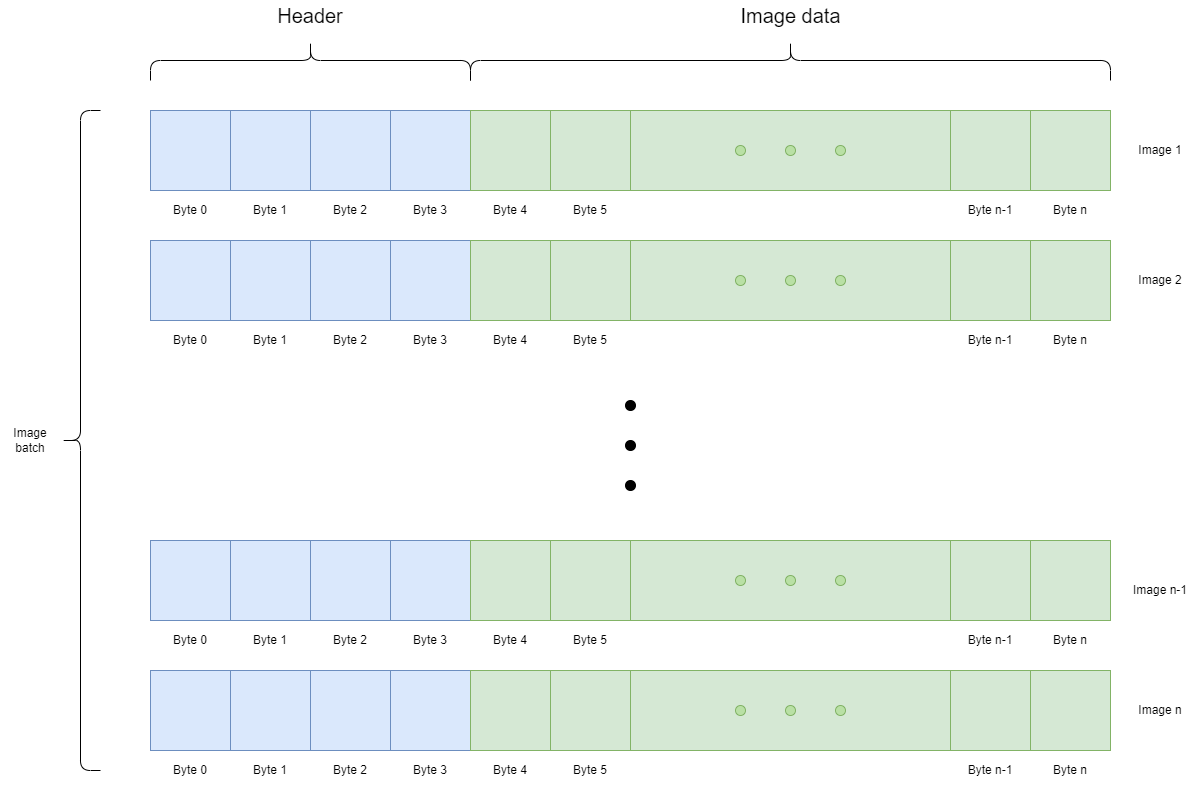
Above: doc/disco-2/software/img/image_batch.drawio.png in discosat/discosat.github.io (draw.io), before the change. Source tidied: cells renumbered, new cells last; positions are measured from the earlier drawing's top-left corner, leaving out a move shared by most shapes.
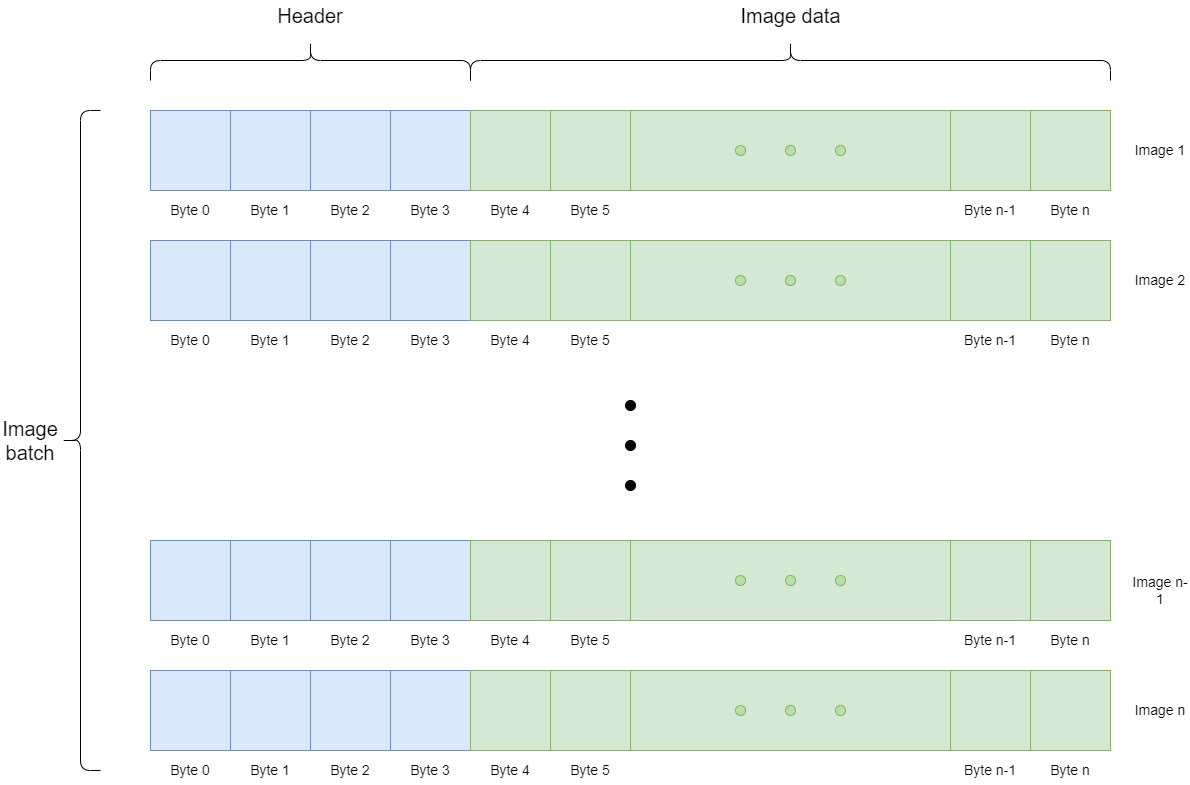
The same diagram one commit later.

Diff of the diagram source:
```diff
@@ -38,28 +38,28 @@
     <mxCell id="13" style="ellipse;whiteSpace=wrap;html=1;fillColor=#B9E0A5;strokeColor=#82b366;" parent="1" vertex="1">
       <mxGeometry x="835" y="405" width="10" height="10" as="geometry" />
     </mxCell>
-    <mxCell id="14" value="Byte 0" style="text;html=1;align=center;verticalAlign=middle;whiteSpace=wrap;rounded=0;" parent="1" vertex="1">
+    <mxCell id="14" value="Byte 0" style="text;html=1;align=center;verticalAlign=middle;whiteSpace=wrap;rounded=0;fontSize=14;" parent="1" vertex="1">
       <mxGeometry x="160" y="455" width="60" height="30" as="geometry" />
     </mxCell>
-    <mxCell id="15" value="Byte 1" style="text;html=1;align=center;verticalAlign=middle;whiteSpace=wrap;rounded=0;" parent="1" vertex="1">
+    <mxCell id="15" value="Byte 1" style="text;html=1;align=center;verticalAlign=middle;whiteSpace=wrap;rounded=0;fontSize=14;" parent="1" vertex="1">
       <mxGeometry x="240" y="455" width="60" height="30" as="geometry" />
     </mxCell>
-    <mxCell id="16" value="Byte 2" style="text;html=1;align=center;verticalAlign=middle;whiteSpace=wrap;rounded=0;" parent="1" vertex="1">
+    <mxCell id="16" value="Byte 2" style="text;html=1;align=center;verticalAlign=middle;whiteSpace=wrap;rounded=0;fontSize=14;" parent="1" vertex="1">
       <mxGeometry x="320" y="455" width="60" height="30" as="geometry" />
     </mxCell>
-    <mxCell id="17" value="Byte 5" style="text;html=1;align=center;verticalAlign=middle;whiteSpace=wrap;rounded=0;" parent="1" vertex="1">
+    <mxCell id="17" value="Byte 5" style="text;html=1;align=center;verticalAlign=middle;whiteSpace=wrap;rounded=0;fontSize=14;" parent="1" vertex="1">
       <mxGeometry x="560" y="455" width="60" height="30" as="geometry" />
     </mxCell>
-    <mxCell id="18" value="Byte 3" style="text;html=1;align=center;verticalAlign=middle;whiteSpace=wrap;rounded=0;" parent="1" vertex="1">
+    <mxCell id="18" value="Byte 3" style="text;html=1;align=center;verticalAlign=middle;whiteSpace=wrap;rounded=0;fontSize=14;" parent="1" vertex="1">
       <mxGeometry x="400" y="455" width="60" height="30" as="geometry" />
     </mxCell>
-    <mxCell id="19" value="Byte 4" style="text;html=1;align=center;verticalAlign=middle;whiteSpace=wrap;rounded=0;" parent="1" vertex="1">
+    <mxCell id="19" value="Byte 4" style="text;html=1;align=center;verticalAlign=middle;whiteSpace=wrap;rounded=0;fontSize=14;" parent="1" vertex="1">
       <mxGeometry x="480" y="455" width="60" height="30" as="geometry" />
     </mxCell>
-    <mxCell id="20" value="Byte n-1" style="text;html=1;align=center;verticalAlign=middle;whiteSpace=wrap;rounded=0;" parent="1" vertex="1">
+    <mxCell id="20" value="Byte n-1" style="text;html=1;align=center;verticalAlign=middle;whiteSpace=wrap;rounded=0;fontSize=14;" parent="1" vertex="1">
       <mxGeometry x="960" y="455" width="60" height="30" as="geometry" />
     </mxCell>
-    <mxCell id="21" value="Byte n" style="text;html=1;align=center;verticalAlign=middle;whiteSpace=wrap;rounded=0;" parent="1" vertex="1">
+    <mxCell id="21" value="Byte n" style="text;html=1;align=center;verticalAlign=middle;whiteSpace=wrap;rounded=0;fontSize=14;" parent="1" vertex="1">
       <mxGeometry x="1040" y="455" width="60" height="30" as="geometry" />
     </mxCell>
     <mxCell id="22" style="shape=curlyBracket;whiteSpace=wrap;html=1;rounded=1;labelPosition=left;verticalLabelPosition=middle;align=right;verticalAlign=middle;rotation=90;" parent="1" vertex="1">
@@ -68,10 +68,10 @@
     <mxCell id="23" style="shape=curlyBracket;whiteSpace=wrap;html=1;rounded=1;labelPosition=left;verticalLabelPosition=middle;align=right;verticalAlign=middle;rotation=90;" parent="1" vertex="1">
       <mxGeometry x="770" width="40" height="640" as="geometry" />
     </mxCell>
-    <mxCell id="24" value="&lt;font style=&quot;font-size: 20px;&quot;&gt;Header&lt;/font&gt;" style="text;html=1;align=center;verticalAlign=middle;whiteSpace=wrap;rounded=0;" parent="1" vertex="1">
+    <mxCell id="24" value="&lt;font style=&quot;font-size: 20px;&quot;&gt;Header&lt;/font&gt;" style="text;html=1;align=center;verticalAlign=middle;whiteSpace=wrap;rounded=0;fontSize=20;" parent="1" vertex="1">
       <mxGeometry x="265" y="260" width="90" height="30" as="geometry" />
     </mxCell>
-    <mxCell id="25" value="&lt;font style=&quot;font-size: 20px;&quot;&gt;Image data&lt;/font&gt;" style="text;html=1;align=center;verticalAlign=middle;whiteSpace=wrap;rounded=0;" parent="1" vertex="1">
+    <mxCell id="25" value="&lt;font style=&quot;font-size: 20px;&quot;&gt;Image data&lt;/font&gt;" style="text;html=1;align=center;verticalAlign=middle;whiteSpace=wrap;rounded=0;fontSize=20;" parent="1" vertex="1">
       <mxGeometry x="732.5" y="260" width="115" height="30" as="geometry" />
     </mxCell>
     <mxCell id="26" style="rounded=0;whiteSpace=wrap;html=1;fillColor=#dae8fc;strokeColor=#6c8ebf;" parent="1" vertex="1">
@@ -110,28 +110,28 @@
     <mxCell id="37" style="ellipse;whiteSpace=wrap;html=1;fillColor=#B9E0A5;strokeColor=#82b366;" parent="1" vertex="1">
       <mxGeometry x="835" y="535" width="10" height="10" as="geometry" />
     </mxCell>
-    <mxCell id="38" value="Byte 0" style="text;html=1;align=center;verticalAlign=middle;whiteSpace=wrap;rounded=0;" parent="1" vertex="1">
+    <mxCell id="38" value="Byte 0" style="text;html=1;align=center;verticalAlign=middle;whiteSpace=wrap;rounded=0;fontSize=14;" parent="1" vertex="1">
       <mxGeometry x="160" y="585" width="60" height="30" as="geometry" />
     </mxCell>
-    <mxCell id="39" value="Byte 1" style="text;html=1;align=center;verticalAlign=middle;whiteSpace=wrap;rounded=0;" parent="1" vertex="1">
+    <mxCell id="39" value="Byte 1" style="text;html=1;align=center;verticalAlign=middle;whiteSpace=wrap;rounded=0;fontSize=14;" parent="1" vertex="1">
       <mxGeometry x="240" y="585" width="60" height="30" as="geometry" />
     </mxCell>
-    <mxCell id="40" value="Byte 2" style="text;html=1;align=center;verticalAlign=middle;whiteSpace=wrap;rounded=0;" parent="1" vertex="1">
+    <mxCell id="40" value="Byte 2" style="text;html=1;align=center;verticalAlign=middle;whiteSpace=wrap;rounded=0;fontSize=14;" parent="1" vertex="1">
       <mxGeometry x="320" y="585" width="60" height="30" as="geometry" />
     </mxCell>
-    <mxCell id="41" value="Byte 5" style="text;html=1;align=center;verticalAlign=middle;whiteSpace=wrap;rounded=0;" parent="1" vertex="1">
+    <mxCell id="41" value="Byte 5" style="text;html=1;align=center;verticalAlign=middle;whiteSpace=wrap;rounded=0;fontSize=14;" parent="1" vertex="1">
       <mxGeometry x="560" y="585" width="60" height="30" as="geometry" />
     </mxCell>
-    <mxCell id="42" value="Byte 3" style="text;html=1;align=center;verticalAlign=middle;whiteSpace=wrap;rounded=0;" parent="1" vertex="1">
+    <mxCell id="42" value="Byte 3" style="text;html=1;align=center;verticalAlign=middle;whiteSpace=wrap;rounded=0;fontSize=14;" parent="1" vertex="1">
       <mxGeometry x="400" y="585" width="60" height="30" as="geometry" />
     </mxCell>
-    <mxCell id="43" value="Byte 4" style="text;html=1;align=center;verticalAlign=middle;whiteSpace=wrap;rounded=0;" parent="1" vertex="1">
+    <mxCell id="43" value="Byte 4" style="text;html=1;align=center;verticalAlign=middle;whiteSpace=wrap;rounded=0;fontSize=14;" parent="1" vertex="1">
       <mxGeometry x="480" y="585" width="60" height="30" as="geometry" />
     </mxCell>
-    <mxCell id="44" value="Byte n-1" style="text;html=1;align=center;verticalAlign=middle;whiteSpace=wrap;rounded=0;" parent="1" vertex="1">
+    <mxCell id="44" value="Byte n-1" style="text;html=1;align=center;verticalAlign=middle;whiteSpace=wrap;rounded=0;fontSize=14;" parent="1" vertex="1">
       <mxGeometry x="960" y="585" width="60" height="30" as="geometry" />
     </mxCell>
-    <mxCell id="45" value="Byte n" style="text;html=1;align=center;verticalAlign=middle;whiteSpace=wrap;rounded=0;" parent="1" vertex="1">
+    <mxCell id="45" value="Byte n" style="text;html=1;align=center;verticalAlign=middle;whiteSpace=wrap;rounded=0;fontSize=14;" parent="1" vertex="1">
       <mxGeometry x="1040" y="585" width="60" height="30" as="geometry" />
     </mxCell>
     <mxCell id="46" style="rounded=0;whiteSpace=wrap;html=1;fillColor=#dae8fc;strokeColor=#6c8ebf;" parent="1" vertex="1">
@@ -170,28 +170,28 @@
     <mxCell id="57" style="ellipse;whiteSpace=wrap;html=1;fillColor=#B9E0A5;strokeColor=#82b366;" parent="1" vertex="1">
       <mxGeometry x="835" y="835" width="10" height="10" as="geometry" />
     </mxCell>
-    <mxCell id="58" value="Byte 0" style="text;html=1;align=center;verticalAlign=middle;whiteSpace=wrap;rounded=0;" parent="1" vertex="1">
+    <mxCell id="58" value="Byte 0" style="text;html=1;align=center;verticalAlign=middle;whiteSpace=wrap;rounded=0;fontSize=14;" parent="1" vertex="1">
       <mxGeometry x="160" y="885" width="60" height="30" as="geometry" />
     </mxCell>
-    <mxCell id="59" value="Byte 1" style="text;html=1;align=center;verticalAlign=middle;whiteSpace=wrap;rounded=0;" parent="1" vertex="1">
+    <mxCell id="59" value="Byte 1" style="text;html=1;align=center;verticalAlign=middle;whiteSpace=wrap;rounded=0;fontSize=14;" parent="1" vertex="1">
       <mxGeometry x="240" y="885" width="60" height="30" as="geometry" />
     </mxCell>
-    <mxCell id="60" value="Byte 2" style="text;html=1;align=center;verticalAlign=middle;whiteSpace=wrap;rounded=0;" parent="1" vertex="1">
+    <mxCell id="60" value="Byte 2" style="text;html=1;align=center;verticalAlign=middle;whiteSpace=wrap;rounded=0;fontSize=14;" parent="1" vertex="1">
       <mxGeometry x="320" y="885" width="60" height="30" as="geometry" />
     </mxCell>
-    <mxCell id="61" value="Byte 5" style="text;html=1;align=center;verticalAlign=middle;whiteSpace=wrap;rounded=0;" parent="1" vertex="1">
+    <mxCell id="61" value="Byte 5" style="text;html=1;align=center;verticalAlign=middle;whiteSpace=wrap;rounded=0;fontSize=14;" parent="1" vertex="1">
       <mxGeometry x="560" y="885" width="60" height="30" as="geometry" />
     </mxCell>
-    <mxCell id="62" value="Byte 3" style="text;html=1;align=center;verticalAlign=middle;whiteSpace=wrap;rounded=0;" parent="1" vertex="1">
+    <mxCell id="62" value="Byte 3" style="text;html=1;align=center;verticalAlign=middle;whiteSpace=wrap;rounded=0;fontSize=14;" parent="1" vertex="1">
       <mxGeometry x="400" y="885" width="60" height="30" as="geometry" />
     </mxCell>
-    <mxCell id="63" value="Byte 4" style="text;html=1;align=center;verticalAlign=middle;whiteSpace=wrap;rounded=0;" parent="1" vertex="1">
+    <mxCell id="63" value="Byte 4" style="text;html=1;align=center;verticalAlign=middle;whiteSpace=wrap;rounded=0;fontSize=14;" parent="1" vertex="1">
       <mxGeometry x="480" y="885" width="60" height="30" as="geometry" />
     </mxCell>
-    <mxCell id="64" value="Byte n-1" style="text;html=1;align=center;verticalAlign=middle;whiteSpace=wrap;rounded=0;" parent="1" vertex="1">
+    <mxCell id="64" value="Byte n-1" style="text;html=1;align=center;verticalAlign=middle;whiteSpace=wrap;rounded=0;fontSize=14;" parent="1" vertex="1">
       <mxGeometry x="960" y="885" width="60" height="30" as="geometry" />
     </mxCell>
-    <mxCell id="65" value="Byte n" style="text;html=1;align=center;verticalAlign=middle;whiteSpace=wrap;rounded=0;" parent="1" vertex="1">
+    <mxCell id="65" value="Byte n" style="text;html=1;align=center;verticalAlign=middle;whiteSpace=wrap;rounded=0;fontSize=14;" parent="1" vertex="1">
       <mxGeometry x="1040" y="885" width="60" height="30" as="geometry" />
     </mxCell>
     <mxCell id="66" style="rounded=0;whiteSpace=wrap;html=1;fillColor=#dae8fc;strokeColor=#6c8ebf;" parent="1" vertex="1">
@@ -230,28 +230,28 @@
     <mxCell id="77" style="ellipse;whiteSpace=wrap;html=1;fillColor=#B9E0A5;strokeColor=#82b366;" parent="1" vertex="1">
       <mxGeometry x="835" y="965" width="10" height="10" as="geometry" />
     </mxCell>
-    <mxCell id="78" value="Byte 0" style="text;html=1;align=center;verticalAlign=middle;whiteSpace=wrap;rounded=0;" parent="1" vertex="1">
+    <mxCell id="78" value="Byte 0" style="text;html=1;align=center;verticalAlign=middle;whiteSpace=wrap;rounded=0;fontSize=14;" parent="1" vertex="1">
       <mxGeometry x="160" y="1015" width="60" height="30" as="geometry" />
     </mxCell>
-    <mxCell id="79" value="Byte 1" style="text;html=1;align=center;verticalAlign=middle;whiteSpace=wrap;rounded=0;" parent="1" vertex="1">
+    <mxCell id="79" value="Byte 1" style="text;html=1;align=center;verticalAlign=middle;whiteSpace=wrap;rounded=0;fontSize=14;" parent="1" vertex="1">
       <mxGeometry x="240" y="1015" width="60" height="30" as="geometry" />
     </mxCell>
-    <mxCell id="80" value="Byte 2" style="text;html=1;align=center;verticalAlign=middle;whiteSpace=wrap;rounded=0;" parent="1" vertex="1">
+    <mxCell id="80" value="Byte 2" style="text;html=1;align=center;verticalAlign=middle;whiteSpace=wrap;rounded=0;fontSize=14;" parent="1" vertex="1">
       <mxGeometry x="320" y="1015" width="60" height="30" as="geometry" />
     </mxCell>
-    <mxCell id="81" value="Byte 5" style="text;html=1;align=center;verticalAlign=middle;whiteSpace=wrap;rounded=0;" parent="1" vertex="1">
+    <mxCell id="81" value="Byte 5" style="text;html=1;align=center;verticalAlign=middle;whiteSpace=wrap;rounded=0;fontSize=14;" parent="1" vertex="1">
       <mxGeometry x="560" y="1015" width="60" height="30" as="geometry" />
     </mxCell>
-    <mxCell id="82" value="Byte 3" style="text;html=1;align=center;verticalAlign=middle;whiteSpace=wrap;rounded=0;" parent="1" vertex="1">
+    <mxCell id="82" value="Byte 3" style="text;html=1;align=center;verticalAlign=middle;whiteSpace=wrap;rounded=0;fontSize=14;" parent="1" vertex="1">
       <mxGeometry x="400" y="1015" width="60" height="30" as="geometry" />
     </mxCell>
-    <mxCell id="83" value="Byte 4" style="text;html=1;align=center;verticalAlign=middle;whiteSpace=wrap;rounded=0;" parent="1" vertex="1">
+    <mxCell id="83" value="Byte 4" style="text;html=1;align=center;verticalAlign=middle;whiteSpace=wrap;rounded=0;fontSize=14;" parent="1" vertex="1">
       <mxGeometry x="480" y="1015" width="60" height="30" as="geometry" />
     </mxCell>
-    <mxCell id="84" value="Byte n-1" style="text;html=1;align=center;verticalAlign=middle;whiteSpace=wrap;rounded=0;" parent="1" vertex="1">
+    <mxCell id="84" value="Byte n-1" style="text;html=1;align=center;verticalAlign=middle;whiteSpace=wrap;rounded=0;fontSize=14;" parent="1" vertex="1">
       <mxGeometry x="960" y="1015" width="60" height="30" as="geometry" />
     </mxCell>
-    <mxCell id="85" value="Byte n" style="text;html=1;align=center;verticalAlign=middle;whiteSpace=wrap;rounded=0;" parent="1" vertex="1">
+    <mxCell id="85" value="Byte n" style="text;html=1;align=center;verticalAlign=middle;whiteSpace=wrap;rounded=0;fontSize=14;" parent="1" vertex="1">
       <mxGeometry x="1040" y="1015" width="60" height="30" as="geometry" />
     </mxCell>
     <mxCell id="86" style="ellipse;whiteSpace=wrap;html=1;fillColor=#000000;" parent="1" vertex="1">
@@ -266,19 +266,19 @@
     <mxCell id="89" style="shape=curlyBracket;whiteSpace=wrap;html=1;rounded=1;labelPosition=left;verticalLabelPosition=middle;align=right;verticalAlign=middle;rotation=0;" parent="1" vertex="1">
       <mxGeometry x="60" y="370" width="40" height="660" as="geometry" />
     </mxCell>
-    <mxCell id="90" value="Image batch" style="text;html=1;align=center;verticalAlign=middle;whiteSpace=wrap;rounded=0;strokeWidth=20;" parent="1" vertex="1">
+    <mxCell id="90" value="Image batch" style="text;html=1;align=center;verticalAlign=middle;whiteSpace=wrap;rounded=0;strokeWidth=20;fontSize=20;" parent="1" vertex="1">
       <mxGeometry y="685" width="60" height="30" as="geometry" />
     </mxCell>
-    <mxCell id="91" value="Image 1" style="text;html=1;align=center;verticalAlign=middle;whiteSpace=wrap;rounded=0;" parent="1" vertex="1">
+    <mxCell id="91" value="Image 1" style="text;html=1;align=center;verticalAlign=middle;whiteSpace=wrap;rounded=0;fontSize=14;" parent="1" vertex="1">
       <mxGeometry x="1130" y="395" width="60" height="30" as="geometry" />
     </mxCell>
-    <mxCell id="92" value="Image 2" style="text;html=1;align=center;verticalAlign=middle;whiteSpace=wrap;rounded=0;" parent="1" vertex="1">
+    <mxCell id="92" value="Image 2" style="text;html=1;align=center;verticalAlign=middle;whiteSpace=wrap;rounded=0;fontSize=14;" parent="1" vertex="1">
       <mxGeometry x="1130" y="525" width="60" height="30" as="geometry" />
     </mxCell>
-    <mxCell id="93" value="Image n" style="text;html=1;align=center;verticalAlign=middle;whiteSpace=wrap;rounded=0;" parent="1" vertex="1">
+    <mxCell id="93" value="Image n" style="text;html=1;align=center;verticalAlign=middle;whiteSpace=wrap;rounded=0;fontSize=14;" parent="1" vertex="1">
       <mxGeometry x="1130" y="955" width="60" height="30" as="geometry" />
     </mxCell>
-    <mxCell id="94" value="Image n-1" style="text;html=1;align=center;verticalAlign=middle;whiteSpace=wrap;rounded=0;" parent="1" vertex="1">
+    <mxCell id="94" value="Image n-1" style="text;html=1;align=center;verticalAlign=middle;whiteSpace=wrap;rounded=0;fontSize=14;" parent="1" vertex="1">
       <mxGeometry x="1130" y="835" width="60" height="30" as="geometry" />
     </mxCell>
   </root>
```
